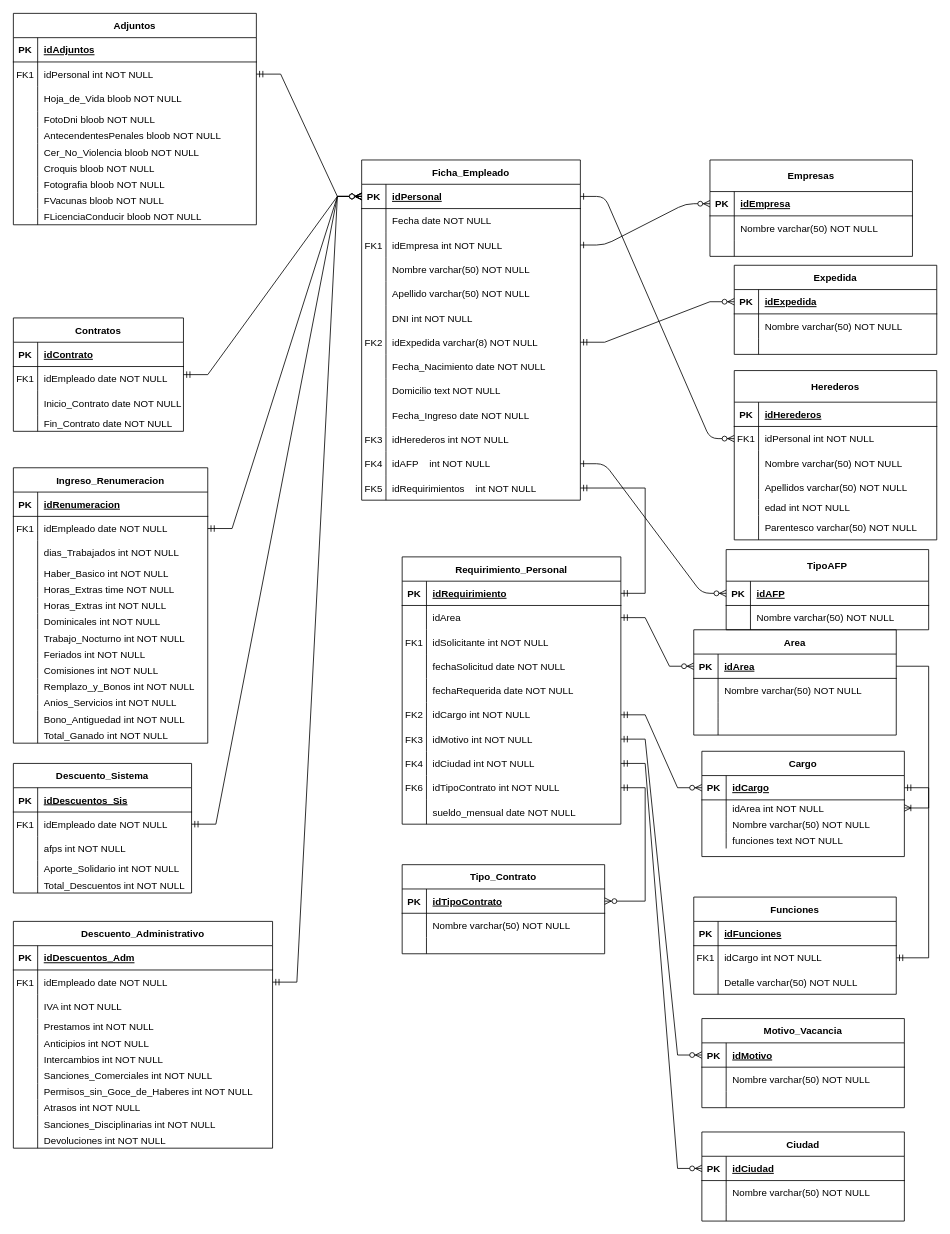
This is Diagrama sin título.drawio from tomyivan/diagramas-DB, a draw.io file, before an edit. Source tidied: cells renumbered, new cells numbered last; positions are measured from the earlier drawing's top-left corner, leaving out a move shared by most shapes. Both pictures are drawn from the tidied source at 81%, with x=0, y=0 at pixel (13, 13).
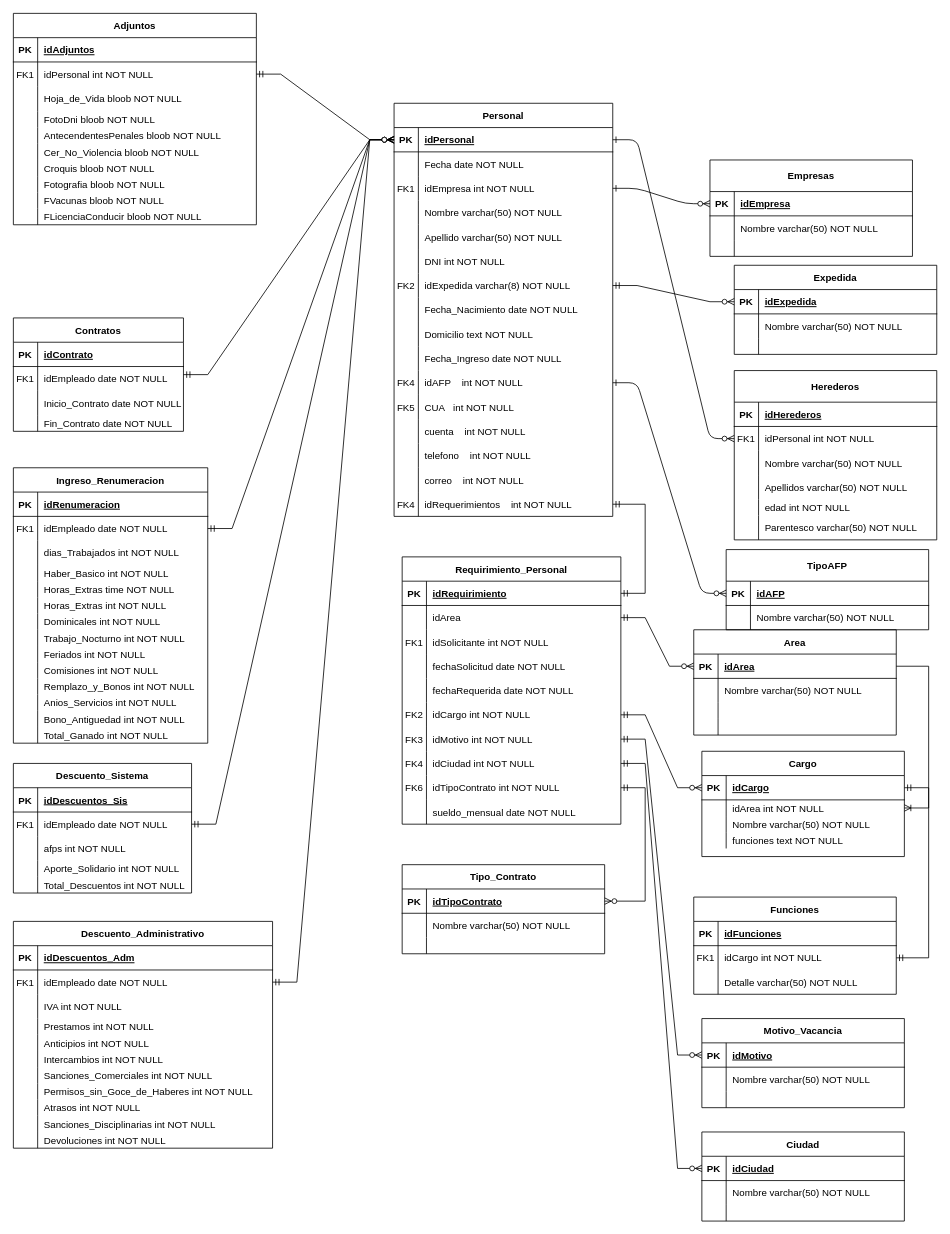
After the change.

The change refers to these unchanged cells:
```xml
<mxCell id="225" style="shape=partialRectangle;fillColor=none;points=[[0,0.5],[1,0.5]];portConstraint=eastwest;top=0;left=0;right=0;bottom=1;" parent="224" vertex="1">
  <mxGeometry y="30" width="270" height="30" as="geometry" />
</mxCell>
```

Change to the diagram source:
```diff
@@
-    <mxCell id="12" value="Ficha_Empleado" style="shape=table;startSize=30;childLayout=tableLayout;rowLines=0;fontStyle=1;align=center;" parent="1" vertex="1">
-      <mxGeometry x="430" y="181" width="270" height="420" as="geometry" />
+    <mxCell id="12" value="Personal" style="shape=table;startSize=30;childLayout=tableLayout;rowLines=0;fontStyle=1;align=center;" parent="1" vertex="1">
+      <mxGeometry x="470" y="111" width="270" height="510" as="geometry" />
     </mxCell>
@@
-    <mxCell id="43" style="shape=partialRectangle;fillColor=none;top=0;left=0;right=0;bottom=0;" parent="12" vertex="1">
-      <mxGeometry y="330" width="270" height="30" as="geometry" />
-    </mxCell>
-    <mxCell id="44" value="FK3" style="shape=partialRectangle;overflow=hidden;fillColor=none;top=0;left=0;bottom=0;right=0;" parent="43" vertex="1">
-      <mxGeometry width="30" height="30" as="geometry" />
-    </mxCell>
-    <mxCell id="45" value="idHerederos int NOT NULL" style="shape=partialRectangle;overflow=hidden;fillColor=none;top=0;left=0;bottom=0;right=0;align=left;spacingLeft=6;" parent="43" vertex="1">
-      <mxGeometry x="30" width="240" height="30" as="geometry" />
-    </mxCell>
     <mxCell id="46" style="shape=partialRectangle;fillColor=none;points=[[0,0.5],[1,0.5]];portConstraint=eastwest;top=0;left=0;right=0;bottom=0;" parent="12" vertex="1">
-      <mxGeometry y="360" width="270" height="30" as="geometry" />
+      <mxGeometry y="330" width="270" height="30" as="geometry" />
     </mxCell>
@@
     <mxCell id="49" style="shape=partialRectangle;fillColor=none;points=[[0,0.5],[1,0.5]];portConstraint=eastwest;top=0;left=0;right=0;bottom=0;" parent="12" vertex="1">
-      <mxGeometry y="390" width="270" height="30" as="geometry" />
+      <mxGeometry y="360" width="270" height="30" as="geometry" />
     </mxCell>
@@
-    <mxCell id="51" value="idRequirimientos    int NOT NULL" style="shape=partialRectangle;overflow=hidden;fillColor=none;top=0;left=0;bottom=0;right=0;align=left;spacingLeft=6;" parent="49" vertex="1">
+    <mxCell id="51" value="CUA   int NOT NULL" style="shape=partialRectangle;overflow=hidden;fillColor=none;top=0;left=0;bottom=0;right=0;align=left;spacingLeft=6;" parent="49" vertex="1">
       <mxGeometry x="30" width="240" height="30" as="geometry" />
     </mxCell>
+    <mxCell id="339" style="shape=partialRectangle;fillColor=none;top=0;left=0;right=0;bottom=0;" parent="12" vertex="1">
+      <mxGeometry y="390" width="270" height="30" as="geometry" />
+    </mxCell>
+    <mxCell id="340" style="shape=partialRectangle;overflow=hidden;fillColor=none;top=0;left=0;bottom=0;right=0;" parent="339" vertex="1">
+      <mxGeometry width="30" height="30" as="geometry" />
+    </mxCell>
+    <mxCell id="341" value="cuenta    int NOT NULL" style="shape=partialRectangle;overflow=hidden;fillColor=none;top=0;left=0;bottom=0;right=0;align=left;spacingLeft=6;" parent="339" vertex="1">
+      <mxGeometry x="30" width="240" height="30" as="geometry" />
+    </mxCell>
+    <mxCell id="342" style="shape=partialRectangle;fillColor=none;top=0;left=0;right=0;bottom=0;" parent="12" vertex="1">
+      <mxGeometry y="420" width="270" height="30" as="geometry" />
+    </mxCell>
+    <mxCell id="343" style="shape=partialRectangle;overflow=hidden;fillColor=none;top=0;left=0;bottom=0;right=0;" parent="342" vertex="1">
+      <mxGeometry width="30" height="30" as="geometry" />
+    </mxCell>
+    <mxCell id="344" value="telefono    int NOT NULL" style="shape=partialRectangle;overflow=hidden;fillColor=none;top=0;left=0;bottom=0;right=0;align=left;spacingLeft=6;" parent="342" vertex="1">
+      <mxGeometry x="30" width="240" height="30" as="geometry" />
+    </mxCell>
+    <mxCell id="345" style="shape=partialRectangle;fillColor=none;top=0;left=0;right=0;bottom=0;" parent="12" vertex="1">
+      <mxGeometry y="450" width="270" height="30" as="geometry" />
+    </mxCell>
+    <mxCell id="346" style="shape=partialRectangle;overflow=hidden;fillColor=none;top=0;left=0;bottom=0;right=0;" parent="345" vertex="1">
+      <mxGeometry width="30" height="30" as="geometry" />
+    </mxCell>
+    <mxCell id="347" value="correo    int NOT NULL" style="shape=partialRectangle;overflow=hidden;fillColor=none;top=0;left=0;bottom=0;right=0;align=left;spacingLeft=6;" parent="345" vertex="1">
+      <mxGeometry x="30" width="240" height="30" as="geometry" />
+    </mxCell>
+    <mxCell id="348" style="shape=partialRectangle;fillColor=none;points=[[0,0.5],[1,0.5]];portConstraint=eastwest;top=0;left=0;right=0;bottom=0;" parent="12" vertex="1">
+      <mxGeometry y="480" width="270" height="30" as="geometry" />
+    </mxCell>
+    <mxCell id="349" value="FK4" style="shape=partialRectangle;overflow=hidden;fillColor=none;top=0;left=0;bottom=0;right=0;" parent="348" vertex="1">
+      <mxGeometry width="30" height="30" as="geometry" />
+    </mxCell>
+    <mxCell id="350" value="idRequerimientos    int NOT NULL" style="shape=partialRectangle;overflow=hidden;fillColor=none;top=0;left=0;bottom=0;right=0;align=left;spacingLeft=6;" parent="348" vertex="1">
+      <mxGeometry x="30" width="240" height="30" as="geometry" />
+    </mxCell>
@@
-    <mxCell id="305" style="edgeStyle=entityRelationEdgeStyle;fontSize=12;html=1;endArrow=ERmandOne;startArrow=ERmandOne;rounded=0;" parent="1" edge="1" source="225" target="49">
+    <mxCell id="305" style="edgeStyle=entityRelationEdgeStyle;fontSize=12;html=1;endArrow=ERmandOne;startArrow=ERmandOne;rounded=0;entryX=1;entryY=0.5;entryDx=0;entryDy=0;" parent="1" edge="1" source="225" target="348">
       <mxGeometry relative="1" as="geometry" />
     </mxCell>
```
